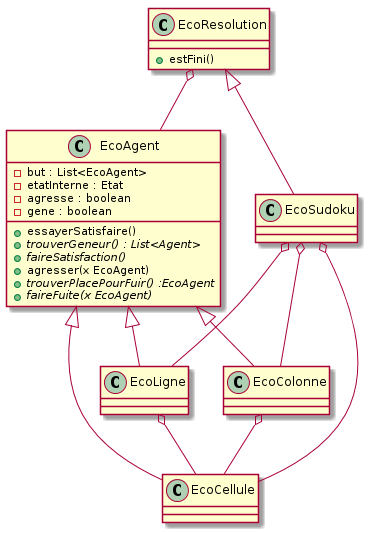
Baspar/IAGM5 keeps this PlantUML diagram as doc/src/diagrams/ecoResolution.png. Above is the earlier version.
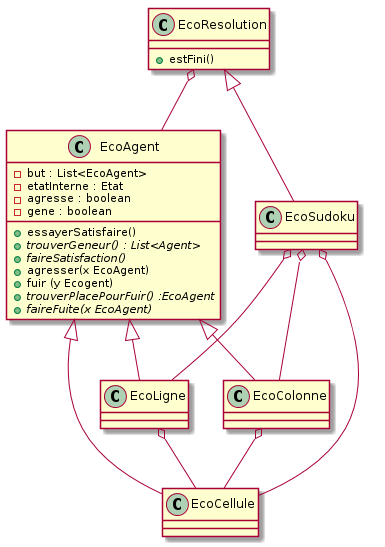
After the change.

Change to the diagram source:
```diff
@@ -11,6 +11,7 @@
 + {abstract} trouverGeneur() : List<Agent>
 + {abstract} faireSatisfaction()
 + agresser(x EcoAgent)
++ fuir (y Ecogent)
 + {abstract} trouverPlacePourFuir() :EcoAgent
 + {abstract} faireFuite(x EcoAgent)
 }
```
